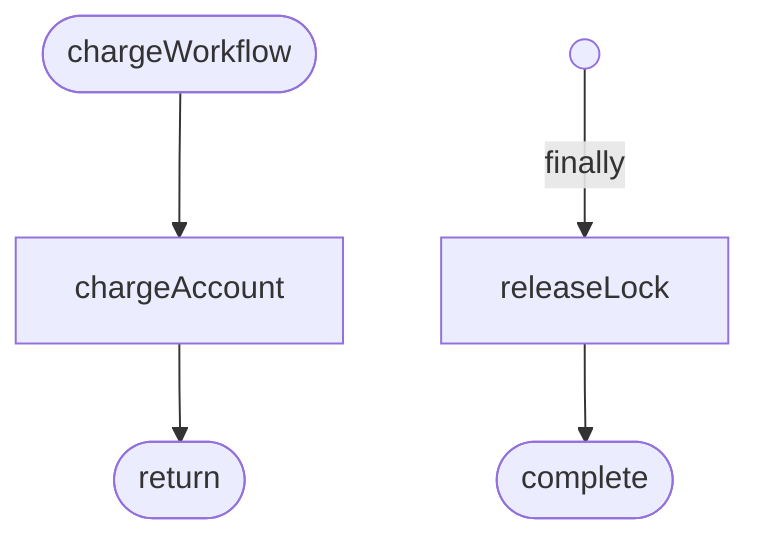
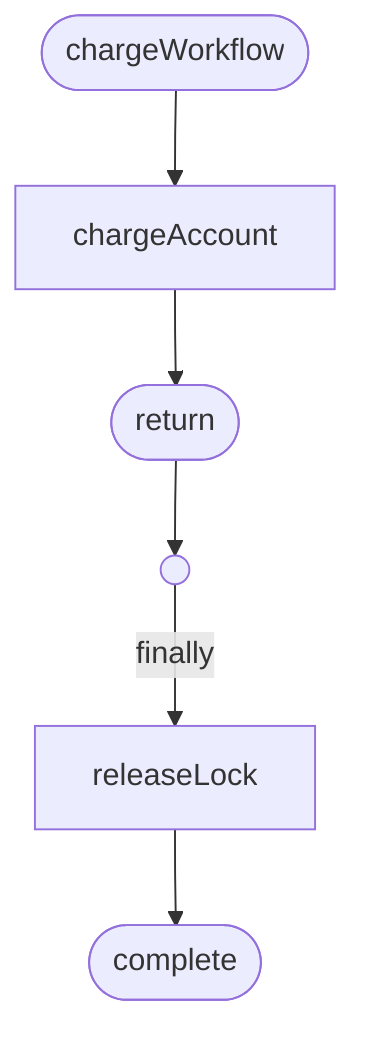
flowchart TD
  start(["chargeWorkflow"])
+   n1(( ))
  flow_chargeWorkflow_2["chargeAccount"]
  flow_chargeWorkflow_3(["return"])
-   n1(( ))
  flow_chargeWorkflow_4["releaseLock"]
  complete(["complete"])
  start --> flow_chargeWorkflow_2
  flow_chargeWorkflow_2 --> flow_chargeWorkflow_3
+   flow_chargeWorkflow_3 --> n1
  n1 -->|"finally"| flow_chargeWorkflow_4
  flow_chargeWorkflow_4 --> complete
